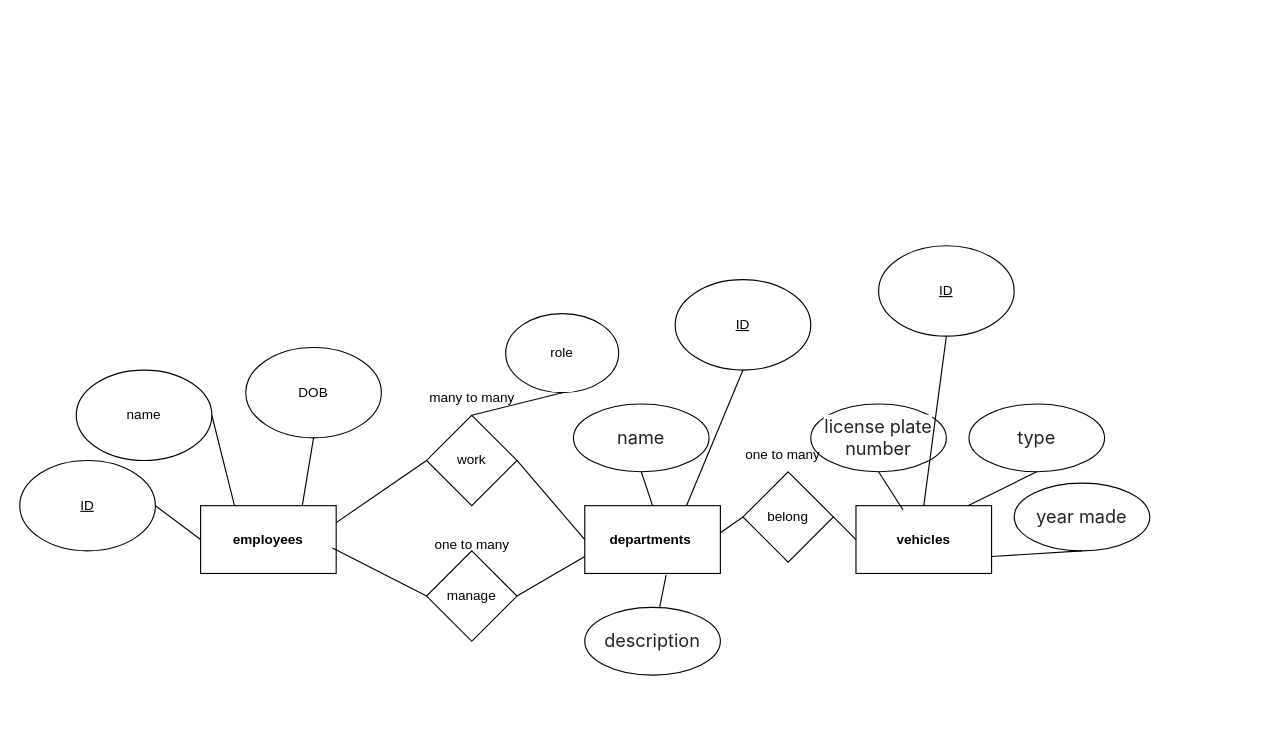
Earlier version of the draw.io diagram 未命名绘图.drawio (OldLouis/so-simple-theme). Source tidied: cells renumbered, new cells numbered last; positions are measured from the earlier drawing's top-left corner, leaving out a move shared by most shapes. Both pictures are drawn from the tidied source at 113%, with x=0, y=0 at pixel (19, 245).
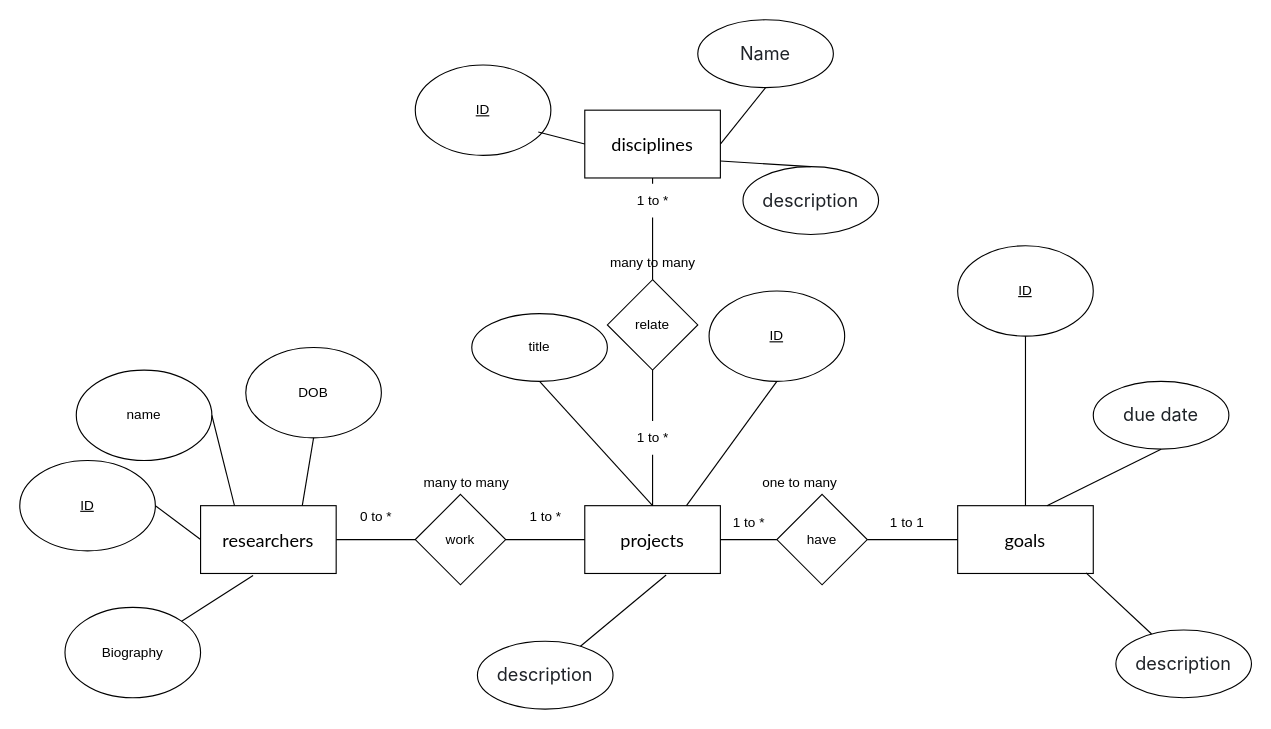
The same page after the edit.

Commit message:
更新未命名绘图.drawio

Diff of the diagram source:
```diff
@@
     <mxCell id="2" value="work" style="rhombus;whiteSpace=wrap;html=1;" parent="1" vertex="1">
-      <mxGeometry x="360" y="150" width="80" height="80" as="geometry" />
+      <mxGeometry x="350" y="220" width="80" height="80" as="geometry" />
     </mxCell>
-    <mxCell id="3" value="&lt;span style=&quot;font-weight: 700; text-wrap-mode: nowrap;&quot;&gt;employees&lt;/span&gt;" style="rounded=0;whiteSpace=wrap;html=1;" parent="1" vertex="1">
+    <mxCell id="3" value="&lt;span style=&quot;font-family: &amp;quot;Lato Extended&amp;quot;, Lato, &amp;quot;Helvetica Neue&amp;quot;, Helvetica, Arial, sans-serif; font-size: 16px; text-align: start; background-color: rgb(255, 255, 255);&quot;&gt;researchers&lt;/span&gt;" style="rounded=0;whiteSpace=wrap;html=1;" parent="1" vertex="1">
       <mxGeometry x="160" y="230" width="120" height="60" as="geometry" />
     </mxCell>
@@
-    <mxCell id="10" style="endArrow=none;html=1;rounded=0;entryX=0;entryY=0.5;entryDx=0;entryDy=0;exitX=1;exitY=0.25;exitDx=0;exitDy=0;" parent="1" edge="1" source="3" target="2">
+    <mxCell id="10" style="endArrow=none;html=1;rounded=0;entryX=0;entryY=0.5;entryDx=0;entryDy=0;exitX=1;exitY=0.5;exitDx=0;exitDy=0;" parent="1" edge="1" source="3" target="2">
       <mxGeometry relative="1" as="geometry" />
     </mxCell>
-    <mxCell id="11" value="role" style="ellipse;whiteSpace=wrap;html=1;" parent="1" vertex="1">
-      <mxGeometry x="430" y="60" width="100" height="70" as="geometry" />
-    </mxCell>
-    <mxCell id="12" style="endArrow=none;html=1;rounded=0;entryX=0.5;entryY=1;entryDx=0;entryDy=0;exitX=0.5;exitY=0;exitDx=0;exitDy=0;" parent="1" edge="1" source="2" target="11">
-      <mxGeometry relative="1" as="geometry" />
-    </mxCell>
     <mxCell id="13" value="many to many" style="text;html=1;align=center;verticalAlign=middle;strokeColor=none;fillColor=none;" parent="1" vertex="1">
-      <mxGeometry x="350" y="120" width="100" height="30" as="geometry" />
+      <mxGeometry x="345" y="195" width="100" height="30" as="geometry" />
     </mxCell>
-    <mxCell id="14" value="manage" style="rhombus;whiteSpace=wrap;html=1;" parent="1" vertex="1">
-      <mxGeometry x="360" y="270" width="80" height="80" as="geometry" />
-    </mxCell>
-    <mxCell id="15" style="endArrow=none;html=1;rounded=0;entryX=0;entryY=0.5;entryDx=0;entryDy=0;exitX=0.973;exitY=0.623;exitDx=0;exitDy=0;exitPerimeter=0;" parent="1" edge="1" source="3" target="14">
-      <mxGeometry relative="1" as="geometry" />
-    </mxCell>
-    <mxCell id="16" value="one to many" style="text;html=1;align=center;verticalAlign=middle;strokeColor=none;fillColor=none;" parent="1" vertex="1">
-      <mxGeometry x="355" y="250" width="90" height="30" as="geometry" />
-    </mxCell>
-    <mxCell id="17" value="&lt;span style=&quot;font-weight: 700; text-wrap-mode: nowrap;&quot;&gt;departments&amp;nbsp;&lt;/span&gt;" style="rounded=0;whiteSpace=wrap;html=1;" parent="1" vertex="1">
+    <mxCell id="17" value="&lt;span style=&quot;font-family: &amp;quot;Lato Extended&amp;quot;, Lato, &amp;quot;Helvetica Neue&amp;quot;, Helvetica, Arial, sans-serif; font-size: 16px; text-align: start; background-color: rgb(255, 255, 255);&quot;&gt;projects&lt;/span&gt;" style="rounded=0;whiteSpace=wrap;html=1;" parent="1" vertex="1">
       <mxGeometry x="500" y="230" width="120" height="60" as="geometry" />
     </mxCell>
@@
-    <mxCell id="19" style="endArrow=none;html=1;rounded=0;entryX=0;entryY=0.75;entryDx=0;entryDy=0;exitX=1;exitY=0.5;exitDx=0;exitDy=0;" parent="1" edge="1" source="14" target="17">
-      <mxGeometry relative="1" as="geometry" />
-    </mxCell>
-    <mxCell id="20" value="&lt;span style=&quot;font-weight: 700; text-wrap-mode: nowrap;&quot;&gt;vehicles&lt;/span&gt;" style="rounded=0;whiteSpace=wrap;html=1;" parent="1" vertex="1">
-      <mxGeometry x="740" y="230" width="120" height="60" as="geometry" />
+    <mxCell id="20" value="&lt;span style=&quot;font-family: &amp;quot;Lato Extended&amp;quot;, Lato, &amp;quot;Helvetica Neue&amp;quot;, Helvetica, Arial, sans-serif; font-size: 16px; text-align: start; background-color: rgb(255, 255, 255);&quot;&gt;goals&lt;/span&gt;" style="rounded=0;whiteSpace=wrap;html=1;" parent="1" vertex="1">
+      <mxGeometry x="830" y="230" width="120" height="60" as="geometry" />
     </mxCell>
-    <mxCell id="21" value="&lt;span style=&quot;color: rgb(31, 35, 40); font-family: -apple-system, BlinkMacSystemFont, &amp;quot;Segoe UI&amp;quot;, &amp;quot;Noto Sans&amp;quot;, Helvetica, Arial, sans-serif, &amp;quot;Apple Color Emoji&amp;quot;, &amp;quot;Segoe UI Emoji&amp;quot;; font-size: 16px; text-align: left; background-color: rgb(255, 255, 255);&quot;&gt;license plate number&lt;/span&gt;" style="ellipse;whiteSpace=wrap;html=1;" parent="1" vertex="1">
-      <mxGeometry x="700" y="140" width="120" height="60" as="geometry" />
+    <mxCell id="21" value="&lt;span style=&quot;color: rgb(31, 35, 40); font-family: -apple-system, BlinkMacSystemFont, &amp;quot;Segoe UI&amp;quot;, &amp;quot;Noto Sans&amp;quot;, Helvetica, Arial, sans-serif, &amp;quot;Apple Color Emoji&amp;quot;, &amp;quot;Segoe UI Emoji&amp;quot;; font-size: 16px; text-align: left; background-color: rgb(255, 255, 255);&quot;&gt;description&lt;/span&gt;" style="ellipse;whiteSpace=wrap;html=1;" parent="1" vertex="1">
+      <mxGeometry x="970" y="340" width="120" height="60" as="geometry" />
     </mxCell>
-    <mxCell id="22" value="&lt;span style=&quot;color: rgb(31, 35, 40); font-family: -apple-system, BlinkMacSystemFont, &amp;quot;Segoe UI&amp;quot;, &amp;quot;Noto Sans&amp;quot;, Helvetica, Arial, sans-serif, &amp;quot;Apple Color Emoji&amp;quot;, &amp;quot;Segoe UI Emoji&amp;quot;; font-size: 16px; text-align: left; background-color: rgb(255, 255, 255);&quot;&gt;type&lt;/span&gt;" style="ellipse;whiteSpace=wrap;html=1;" parent="1" vertex="1">
-      <mxGeometry x="840" y="140" width="120" height="60" as="geometry" />
+    <mxCell id="22" value="&lt;span style=&quot;color: rgb(31, 35, 40); font-family: -apple-system, BlinkMacSystemFont, &amp;quot;Segoe UI&amp;quot;, &amp;quot;Noto Sans&amp;quot;, Helvetica, Arial, sans-serif, &amp;quot;Apple Color Emoji&amp;quot;, &amp;quot;Segoe UI Emoji&amp;quot;; font-size: 16px; text-align: left; background-color: rgb(255, 255, 255);&quot;&gt;due date&lt;/span&gt;" style="ellipse;whiteSpace=wrap;html=1;" parent="1" vertex="1">
+      <mxGeometry x="950" y="120" width="120" height="60" as="geometry" />
     </mxCell>
-    <mxCell id="23" value="&lt;span style=&quot;color: rgb(31, 35, 40); font-family: -apple-system, BlinkMacSystemFont, &amp;quot;Segoe UI&amp;quot;, &amp;quot;Noto Sans&amp;quot;, Helvetica, Arial, sans-serif, &amp;quot;Apple Color Emoji&amp;quot;, &amp;quot;Segoe UI Emoji&amp;quot;; font-size: 16px; text-align: left; background-color: rgb(255, 255, 255);&quot;&gt;year made&lt;/span&gt;" style="ellipse;whiteSpace=wrap;html=1;" parent="1" vertex="1">
-      <mxGeometry x="880" y="210" width="120" height="60" as="geometry" />
-    </mxCell>
-    <mxCell id="24" value="&lt;span style=&quot;color: rgb(31, 35, 40); font-family: -apple-system, BlinkMacSystemFont, &amp;quot;Segoe UI&amp;quot;, &amp;quot;Noto Sans&amp;quot;, Helvetica, Arial, sans-serif, &amp;quot;Apple Color Emoji&amp;quot;, &amp;quot;Segoe UI Emoji&amp;quot;; font-size: 16px; text-align: left; background-color: rgb(255, 255, 255);&quot;&gt;name&lt;/span&gt;" style="ellipse;whiteSpace=wrap;html=1;" parent="1" vertex="1">
-      <mxGeometry x="490" y="140" width="120" height="60" as="geometry" />
+    <mxCell id="24" value="&lt;div style=&quot;text-align: left;&quot;&gt;&lt;font style=&quot;font-size: 12px;&quot;&gt;title&lt;/font&gt;&lt;/div&gt;" style="ellipse;whiteSpace=wrap;html=1;" parent="1" vertex="1">
+      <mxGeometry x="400" y="60" width="120" height="60" as="geometry" />
     </mxCell>
     <mxCell id="25" value="&lt;span style=&quot;color: rgb(31, 35, 40); font-family: -apple-system, BlinkMacSystemFont, &amp;quot;Segoe UI&amp;quot;, &amp;quot;Noto Sans&amp;quot;, Helvetica, Arial, sans-serif, &amp;quot;Apple Color Emoji&amp;quot;, &amp;quot;Segoe UI Emoji&amp;quot;; font-size: 16px; text-align: left; background-color: rgb(255, 255, 255);&quot;&gt;description&lt;/span&gt;" style="ellipse;whiteSpace=wrap;html=1;" parent="1" vertex="1">
-      <mxGeometry x="500" y="320" width="120" height="60" as="geometry" />
+      <mxGeometry x="405" y="350" width="120" height="60" as="geometry" />
     </mxCell>
-    <mxCell id="26" value="belong" style="rhombus;whiteSpace=wrap;html=1;" parent="1" vertex="1">
-      <mxGeometry x="640" y="200" width="80" height="80" as="geometry" />
+    <mxCell id="26" value="have" style="rhombus;whiteSpace=wrap;html=1;" parent="1" vertex="1">
+      <mxGeometry x="670" y="220" width="80" height="80" as="geometry" />
     </mxCell>
     <mxCell id="27" value="one to many" style="text;html=1;align=center;verticalAlign=middle;strokeColor=none;fillColor=none;" parent="1" vertex="1">
-      <mxGeometry x="630" y="170" width="90" height="30" as="geometry" />
+      <mxGeometry x="645" y="195" width="90" height="30" as="geometry" />
     </mxCell>
-    <mxCell id="28" style="endArrow=none;html=1;rounded=0;entryX=0;entryY=0.5;entryDx=0;entryDy=0;" parent="1" edge="1" target="26">
-      <mxGeometry relative="1" as="geometry">
-        <mxPoint x="620" y="254" as="sourcePoint" />
-      </mxGeometry>
+    <mxCell id="28" style="endArrow=none;html=1;rounded=0;entryX=0;entryY=0.5;entryDx=0;entryDy=0;exitX=1;exitY=0.5;exitDx=0;exitDy=0;" parent="1" edge="1" source="17" target="26">
+      <mxGeometry relative="1" as="geometry" />
     </mxCell>
@@
     <mxCell id="32" value="&lt;u&gt;ID&lt;/u&gt;" style="ellipse;whiteSpace=wrap;html=1;" parent="1" vertex="1">
-      <mxGeometry x="580" y="30" width="120" height="80" as="geometry" />
+      <mxGeometry x="610" y="40" width="120" height="80" as="geometry" />
     </mxCell>
@@
     <mxCell id="34" value="&lt;u&gt;ID&lt;/u&gt;" style="ellipse;whiteSpace=wrap;html=1;" parent="1" vertex="1">
-      <mxGeometry x="760" width="120" height="80" as="geometry" />
+      <mxGeometry x="830" width="120" height="80" as="geometry" />
     </mxCell>
@@
     <mxCell id="36" style="endArrow=none;html=1;rounded=0;entryX=0.5;entryY=1;entryDx=0;entryDy=0;" parent="1" edge="1" target="22">
       <mxGeometry relative="1" as="geometry">
-        <mxPoint x="839" y="230" as="sourcePoint" />
+        <mxPoint x="909" y="230" as="sourcePoint" />
       </mxGeometry>
     </mxCell>
-    <mxCell id="37" style="endArrow=none;html=1;rounded=0;entryX=0.5;entryY=1;entryDx=0;entryDy=0;exitX=1;exitY=0.75;exitDx=0;exitDy=0;" parent="1" edge="1" source="20" target="23">
-      <mxGeometry relative="1" as="geometry" />
-    </mxCell>
-    <mxCell id="38" style="endArrow=none;html=1;rounded=0;entryX=0.5;entryY=1;entryDx=0;entryDy=0;exitX=0.347;exitY=0.063;exitDx=0;exitDy=0;exitPerimeter=0;" parent="1" edge="1" source="20" target="21">
+    <mxCell id="38" style="endArrow=none;html=1;rounded=0;exitX=0.947;exitY=0.99;exitDx=0;exitDy=0;exitPerimeter=0;" parent="1" edge="1" source="20" target="21">
       <mxGeometry relative="1" as="geometry" />
     </mxCell>
+    <mxCell id="39" value="&lt;span style=&quot;font-family: &amp;quot;Lato Extended&amp;quot;, Lato, &amp;quot;Helvetica Neue&amp;quot;, Helvetica, Arial, sans-serif; font-size: 16px; text-align: start; background-color: rgb(255, 255, 255);&quot;&gt;disciplines&lt;/span&gt;" style="rounded=0;whiteSpace=wrap;html=1;" parent="1" vertex="1">
+      <mxGeometry x="500" y="-120" width="120" height="60" as="geometry" />
+    </mxCell>
+    <mxCell id="40" style="endArrow=none;html=1;rounded=0;entryX=0.5;entryY=1;entryDx=0;entryDy=0;exitX=0.5;exitY=0;exitDx=0;exitDy=0;" parent="1" edge="1" source="53" target="39">
+      <mxGeometry relative="1" as="geometry" />
+    </mxCell>
+    <mxCell id="41" style="endArrow=none;html=1;rounded=0;entryX=0.5;entryY=1;entryDx=0;entryDy=0;exitX=1;exitY=0.5;exitDx=0;exitDy=0;" parent="1" edge="1" source="39" target="46">
+      <mxGeometry relative="1" as="geometry" />
+    </mxCell>
+    <mxCell id="42" value="relate" style="rhombus;whiteSpace=wrap;html=1;" parent="1" vertex="1">
+      <mxGeometry x="520" y="30" width="80" height="80" as="geometry" />
+    </mxCell>
+    <mxCell id="43" style="endArrow=none;html=1;rounded=0;entryX=0.5;entryY=1;entryDx=0;entryDy=0;exitX=0.5;exitY=0;exitDx=0;exitDy=0;" parent="1" edge="1" source="51" target="42">
+      <mxGeometry relative="1" as="geometry" />
+    </mxCell>
+    <mxCell id="44" value="&lt;u&gt;ID&lt;/u&gt;" style="ellipse;whiteSpace=wrap;html=1;" parent="1" vertex="1">
+      <mxGeometry x="350" y="-160" width="120" height="80" as="geometry" />
+    </mxCell>
+    <mxCell id="45" style="endArrow=none;html=1;rounded=0;entryX=0;entryY=0.5;entryDx=0;entryDy=0;exitX=0.907;exitY=0.742;exitDx=0;exitDy=0;exitPerimeter=0;" parent="1" edge="1" source="44" target="39">
+      <mxGeometry relative="1" as="geometry" />
+    </mxCell>
+    <mxCell id="46" value="&lt;span style=&quot;color: rgb(31, 35, 40); font-family: -apple-system, BlinkMacSystemFont, &amp;quot;Segoe UI&amp;quot;, &amp;quot;Noto Sans&amp;quot;, Helvetica, Arial, sans-serif, &amp;quot;Apple Color Emoji&amp;quot;, &amp;quot;Segoe UI Emoji&amp;quot;; font-size: 16px; text-align: left; background-color: rgb(255, 255, 255);&quot;&gt;Name&lt;/span&gt;" style="ellipse;whiteSpace=wrap;html=1;" parent="1" vertex="1">
+      <mxGeometry x="600" y="-200" width="120" height="60" as="geometry" />
+    </mxCell>
+    <mxCell id="47" value="&lt;span style=&quot;color: rgb(31, 35, 40); font-family: -apple-system, BlinkMacSystemFont, &amp;quot;Segoe UI&amp;quot;, &amp;quot;Noto Sans&amp;quot;, Helvetica, Arial, sans-serif, &amp;quot;Apple Color Emoji&amp;quot;, &amp;quot;Segoe UI Emoji&amp;quot;; font-size: 16px; text-align: left; background-color: rgb(255, 255, 255);&quot;&gt;description&lt;/span&gt;" style="ellipse;whiteSpace=wrap;html=1;" parent="1" vertex="1">
+      <mxGeometry x="640" y="-70" width="120" height="60" as="geometry" />
+    </mxCell>
+    <mxCell id="48" style="endArrow=none;html=1;rounded=0;entryX=0.5;entryY=0;entryDx=0;entryDy=0;exitX=1;exitY=0.75;exitDx=0;exitDy=0;" parent="1" edge="1" source="39" target="47">
+      <mxGeometry relative="1" as="geometry" />
+    </mxCell>
+    <mxCell id="49" value="many to many" style="text;html=1;align=center;verticalAlign=middle;strokeColor=none;fillColor=none;" parent="1" vertex="1">
+      <mxGeometry x="510" width="100" height="30" as="geometry" />
+    </mxCell>
+    <mxCell id="50" style="endArrow=none;html=1;rounded=0;entryX=0.5;entryY=1;entryDx=0;entryDy=0;exitX=0.5;exitY=0;exitDx=0;exitDy=0;" parent="1" edge="1" source="17" target="51">
+      <mxGeometry relative="1" as="geometry" />
+    </mxCell>
+    <mxCell id="51" value="1 to *" style="text;html=1;align=center;verticalAlign=middle;points=[];strokeColor=none;fillColor=none;" parent="1" vertex="1">
+      <mxGeometry x="535" y="155" width="50" height="30" as="geometry" />
+    </mxCell>
+    <mxCell id="52" style="endArrow=none;html=1;rounded=0;entryX=0.5;entryY=1;entryDx=0;entryDy=0;exitX=0.5;exitY=0;exitDx=0;exitDy=0;" parent="1" edge="1" source="42" target="53">
+      <mxGeometry relative="1" as="geometry" />
+    </mxCell>
+    <mxCell id="53" value="1 to *" style="text;html=1;align=center;verticalAlign=middle;points=[];strokeColor=none;fillColor=none;" parent="1" vertex="1">
+      <mxGeometry x="535" y="-55" width="50" height="30" as="geometry" />
+    </mxCell>
+    <mxCell id="54" value="&lt;div style=&quot;text-align: left;&quot;&gt;&lt;font style=&quot;font-size: 12px;&quot; face=&quot;Helvetica&quot;&gt;Biography&lt;/font&gt;&lt;/div&gt;" style="ellipse;whiteSpace=wrap;html=1;" parent="1" vertex="1">
+      <mxGeometry x="40" y="320" width="120" height="80" as="geometry" />
+    </mxCell>
+    <mxCell id="55" style="endArrow=none;html=1;rounded=0;entryX=0.387;entryY=1.03;entryDx=0;entryDy=0;entryPerimeter=0;" parent="1" edge="1" source="54" target="3">
+      <mxGeometry relative="1" as="geometry" />
+    </mxCell>
+    <mxCell id="56" value="0 to *" style="text;html=1;align=center;verticalAlign=middle;strokeColor=none;fillColor=none;" parent="1" vertex="1">
+      <mxGeometry x="290" y="225" width="50" height="30" as="geometry" />
+    </mxCell>
+    <mxCell id="57" value="1 to *" style="text;html=1;align=center;verticalAlign=middle;strokeColor=none;fillColor=none;" parent="1" vertex="1">
+      <mxGeometry x="440" y="225" width="50" height="30" as="geometry" />
+    </mxCell>
+    <mxCell id="58" value="1 to *" style="text;html=1;align=center;verticalAlign=middle;strokeColor=none;fillColor=none;" parent="1" vertex="1">
+      <mxGeometry x="620" y="230" width="50" height="30" as="geometry" />
+    </mxCell>
+    <mxCell id="59" value="1 to 1" style="text;html=1;align=center;verticalAlign=middle;strokeColor=none;fillColor=none;" parent="1" vertex="1">
+      <mxGeometry x="760" y="230" width="50" height="30" as="geometry" />
+    </mxCell>
```
